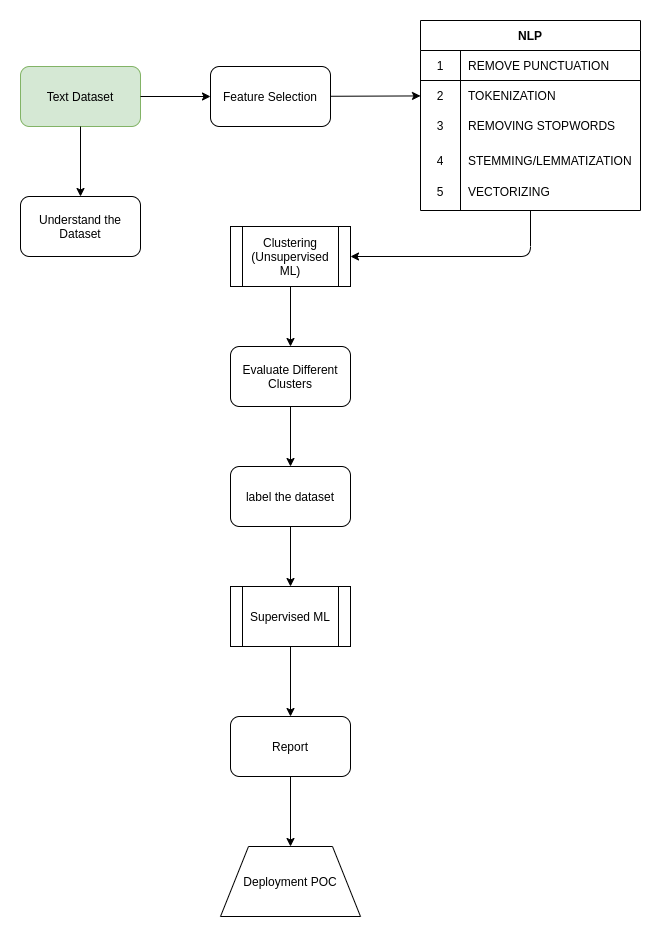
Before: screenshots/textprocessing.png, a diagram exported from draw.io (Connecting-the-Dots-with-ML/Email-Semantic-Analysis). Source tidied: cells renumbered, new cells last; positions are measured from the earlier drawing's top-left corner, leaving out a move shared by most shapes.
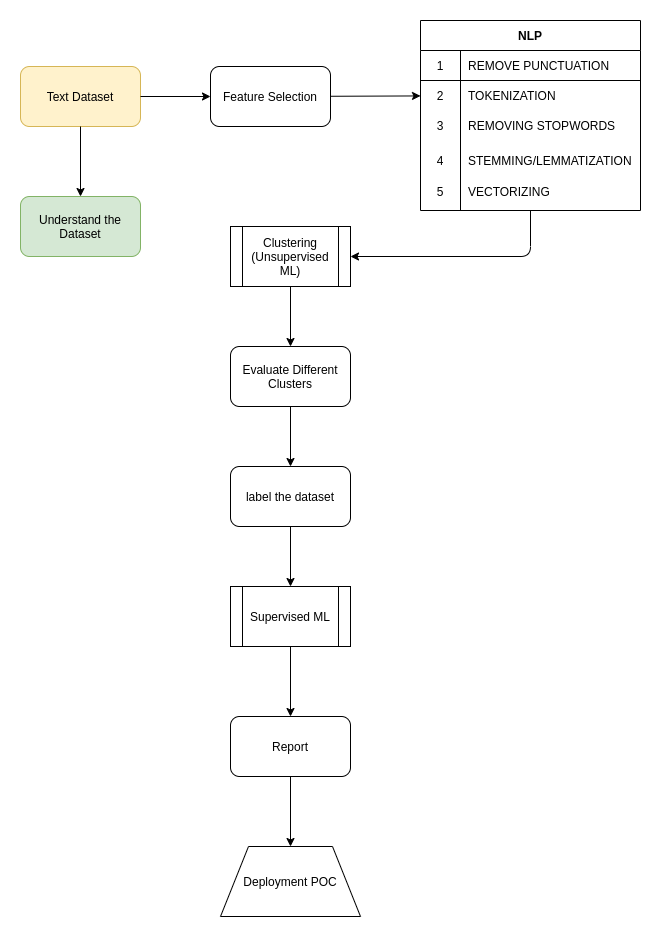
After the commit.

Commit message:
chore: pipeline status change

Diff of the diagram source:
```diff
@@ -2,13 +2,13 @@
   <root>
     <mxCell id="0" />
     <mxCell id="1" parent="0" />
-    <mxCell id="2" value="Text Dataset" style="rounded=1;whiteSpace=wrap;html=1;fillColor=#d5e8d4;strokeColor=#82b366;" parent="1" vertex="1">
+    <mxCell id="2" value="Text Dataset" style="rounded=1;whiteSpace=wrap;html=1;fillColor=#fff2cc;strokeColor=#d6b656;" parent="1" vertex="1">
       <mxGeometry y="46" width="120" height="60" as="geometry" />
     </mxCell>
     <mxCell id="3" style="endArrow=classic;html=1;exitX=0.5;exitY=1;exitDx=0;exitDy=0;entryX=0.5;entryY=0;entryDx=0;entryDy=0;" parent="1" edge="1" source="2" target="4">
       <mxGeometry relative="1" as="geometry" />
     </mxCell>
-    <mxCell id="4" value="Understand the Dataset" style="rounded=1;whiteSpace=wrap;html=1;" parent="1" vertex="1">
+    <mxCell id="4" value="Understand the Dataset" style="rounded=1;whiteSpace=wrap;html=1;fillColor=#d5e8d4;strokeColor=#82b366;" parent="1" vertex="1">
       <mxGeometry y="176" width="120" height="60" as="geometry" />
     </mxCell>
     <mxCell id="5" value="Feature Selection" style="rounded=1;whiteSpace=wrap;html=1;" parent="1" vertex="1">
```
